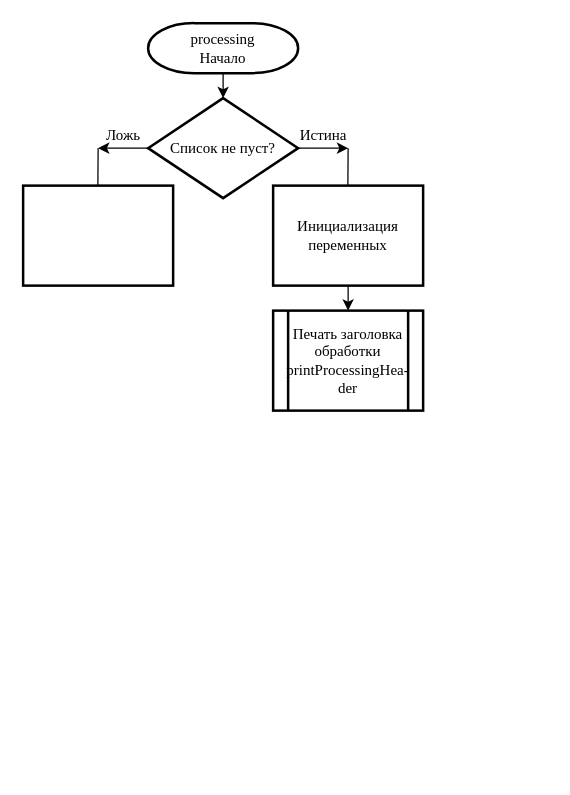
Before: page "Обработка" (6 of 12) of Структурные схемы для КП.drawio in noidoRG/my-draw.io, a draw.io diagram. Source tidied: cells renumbered, new cells numbered last; positions are measured from the earlier drawing's top-left corner, leaving out a move shared by most shapes. Both pictures are drawn from the tidied source at 125%, with x=0, y=0 at pixel (22, 22).
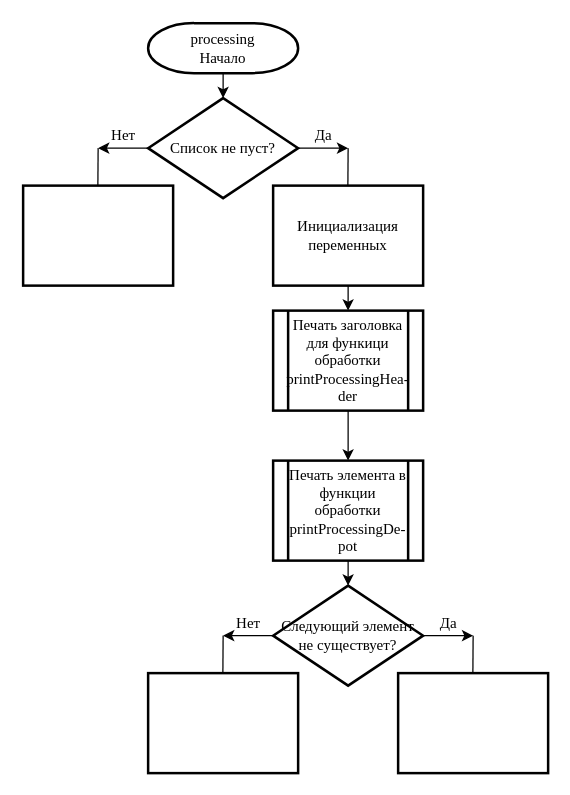
After the change.

The edit, as a diff of the source:
```diff
@@
-    <mxCell id="11" value="Истина" style="text;html=1;align=center;verticalAlign=middle;fontFamily=Times New Roman;fontSize=12;" parent="1" vertex="1">
-      <mxGeometry x="210" y="80" width="60" height="20" as="geometry" />
+    <mxCell id="11" value="Да" style="text;html=1;align=center;verticalAlign=middle;fontFamily=Times New Roman;fontSize=12;" parent="1" vertex="1">
+      <mxGeometry x="225" y="80" width="30" height="20" as="geometry" />
     </mxCell>
-    <mxCell id="12" value="Ложь" style="text;html=1;align=center;verticalAlign=middle;fontFamily=Times New Roman;fontSize=12;" parent="1" vertex="1">
-      <mxGeometry x="60" y="80" width="40" height="20" as="geometry" />
+    <mxCell id="12" value="Нет" style="text;html=1;align=center;verticalAlign=middle;fontFamily=Times New Roman;fontSize=12;" parent="1" vertex="1">
+      <mxGeometry x="65" y="80" width="30" height="20" as="geometry" />
     </mxCell>
-    <mxCell id="13" value="Печать заголовка обработки&lt;br&gt;printProcessingHea-&lt;br&gt;der" style="shape=process;whiteSpace=wrap;html=1;backgroundOutline=1;strokeWidth=2;fontFamily=Times New Roman;fontSize=12;fontColor=rgb(0, 0, 0);align=center;strokeColor=rgb(0, 0, 0);fillColor=rgb(255, 255, 255);" parent="1" vertex="1">
+    <mxCell id="13" value="Печать заголовка для функици обработки&lt;br&gt;printProcessingHea-&lt;br&gt;der" style="shape=process;whiteSpace=wrap;html=1;backgroundOutline=1;strokeWidth=2;fontFamily=Times New Roman;fontSize=12;fontColor=rgb(0, 0, 0);align=center;strokeColor=rgb(0, 0, 0);fillColor=rgb(255, 255, 255);" parent="1" vertex="1">
       <mxGeometry x="200" y="230" width="120" height="80" as="geometry" />
     </mxCell>
@@
+    <mxCell id="15" style="endArrow=classic;html=1;rounded=0;exitX=0.5;exitY=1;exitDx=0;exitDy=0;" parent="1" edge="1" source="13">
+      <mxGeometry relative="1" as="geometry">
+        <mxPoint x="260" y="350" as="targetPoint" />
+      </mxGeometry>
+    </mxCell>
+    <mxCell id="16" style="edgeStyle=orthogonalEdgeStyle;rounded=0;jettySize=auto;html=1;exitX=0.5;exitY=1;exitDx=0;exitDy=0;entryX=0.5;entryY=0;entryDx=0;entryDy=0;fontFamily=Times New Roman;" parent="1" edge="1" source="17" target="18">
+      <mxGeometry relative="1" as="geometry" />
+    </mxCell>
+    <mxCell id="17" value="&lt;font face=&quot;Times New Roman&quot;&gt;Печать элемента в функции обработки&lt;br&gt;printProcessingDe-pot&lt;br&gt;&lt;/font&gt;" style="shape=process;whiteSpace=wrap;html=1;backgroundOutline=1;strokeWidth=2;" parent="1" vertex="1">
+      <mxGeometry x="200" y="350" width="120" height="80" as="geometry" />
+    </mxCell>
+    <mxCell id="18" value="Следующий элемент&lt;br&gt;не существует?" style="rhombus;whiteSpace=wrap;html=1;strokeWidth=2;fontFamily=Times New Roman;" parent="1" vertex="1">
+      <mxGeometry x="200" y="450" width="120" height="80" as="geometry" />
+    </mxCell>
+    <mxCell id="19" style="endArrow=classic;html=1;rounded=0;fontFamily=Times New Roman;" parent="1" edge="1">
+      <mxGeometry relative="1" as="geometry">
+        <mxPoint x="200" y="490" as="sourcePoint" />
+        <mxPoint x="160" y="490" as="targetPoint" />
+      </mxGeometry>
+    </mxCell>
+    <mxCell id="20" style="endArrow=classic;html=1;rounded=0;fontFamily=Times New Roman;" parent="1" edge="1" source="18">
+      <mxGeometry relative="1" as="geometry">
+        <mxPoint x="360" y="490" as="targetPoint" />
+      </mxGeometry>
+    </mxCell>
+    <mxCell id="21" style="endArrow=none;html=1;rounded=0;fontFamily=Times New Roman;" parent="1" edge="1">
+      <mxGeometry relative="1" as="geometry">
+        <mxPoint x="159.8" y="520" as="sourcePoint" />
+        <mxPoint x="160" y="490" as="targetPoint" />
+      </mxGeometry>
+    </mxCell>
+    <mxCell id="22" style="endArrow=none;html=1;rounded=0;fontFamily=Times New Roman;" parent="1" edge="1">
+      <mxGeometry relative="1" as="geometry">
+        <mxPoint x="359.8" y="520" as="sourcePoint" />
+        <mxPoint x="360" y="490" as="targetPoint" />
+      </mxGeometry>
+    </mxCell>
+    <mxCell id="23" style="rounded=0;whiteSpace=wrap;html=1;strokeWidth=2;fontFamily=Times New Roman;" parent="1" vertex="1">
+      <mxGeometry x="100" y="520" width="120" height="80" as="geometry" />
+    </mxCell>
+    <mxCell id="24" style="rounded=0;whiteSpace=wrap;html=1;strokeWidth=2;fontFamily=Times New Roman;" parent="1" vertex="1">
+      <mxGeometry x="300" y="520" width="120" height="80" as="geometry" />
+    </mxCell>
+    <mxCell id="25" value="Да" style="text;html=1;align=center;verticalAlign=middle;fontFamily=Times New Roman;" parent="1" vertex="1">
+      <mxGeometry x="325" y="470" width="30" height="20" as="geometry" />
+    </mxCell>
+    <mxCell id="26" value="Нет" style="text;html=1;align=center;verticalAlign=middle;fontFamily=Times New Roman;" parent="1" vertex="1">
+      <mxGeometry x="165" y="470" width="30" height="20" as="geometry" />
+    </mxCell>
```
